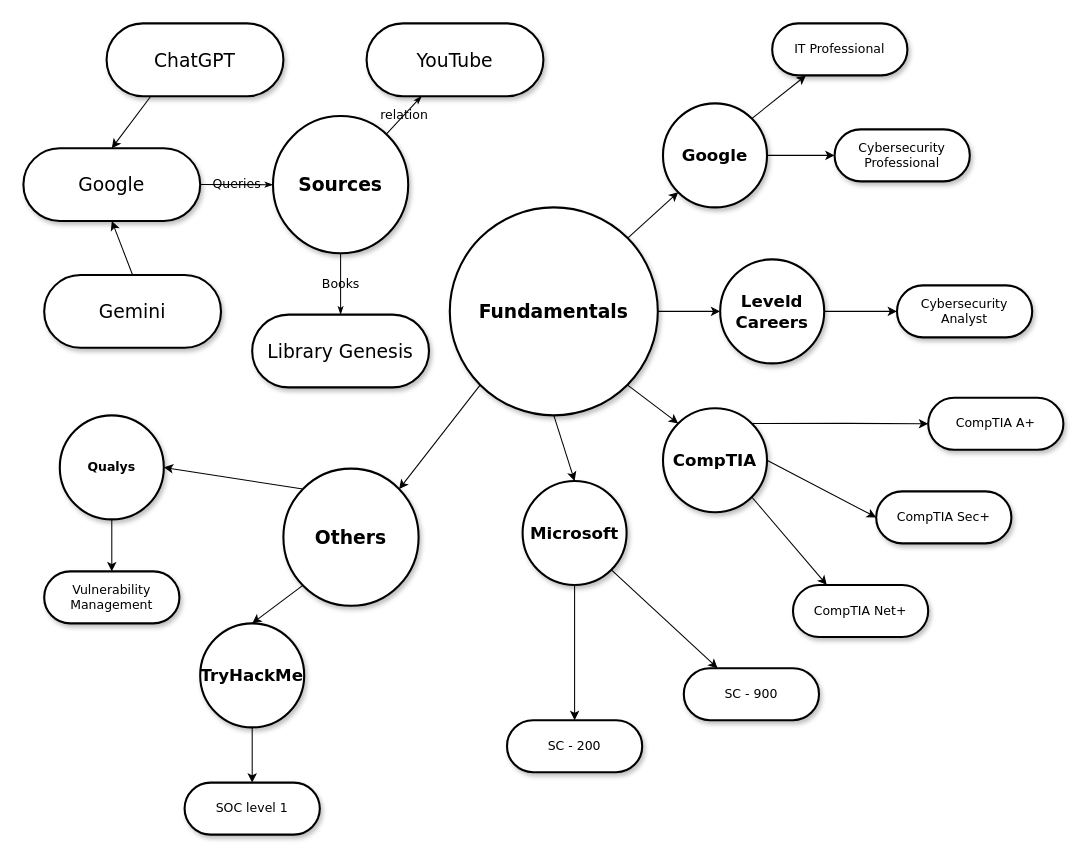
Before: Untitled Diagram.drawio in Joshua01X/Personal-Roadmap, a draw.io diagram. Source tidied: cells renumbered, new cells numbered last; positions are measured from the earlier drawing's top-left corner, leaving out a move shared by most shapes. Both pictures are drawn from the tidied source at 104%, with x=0, y=0 at pixel (23, 23).
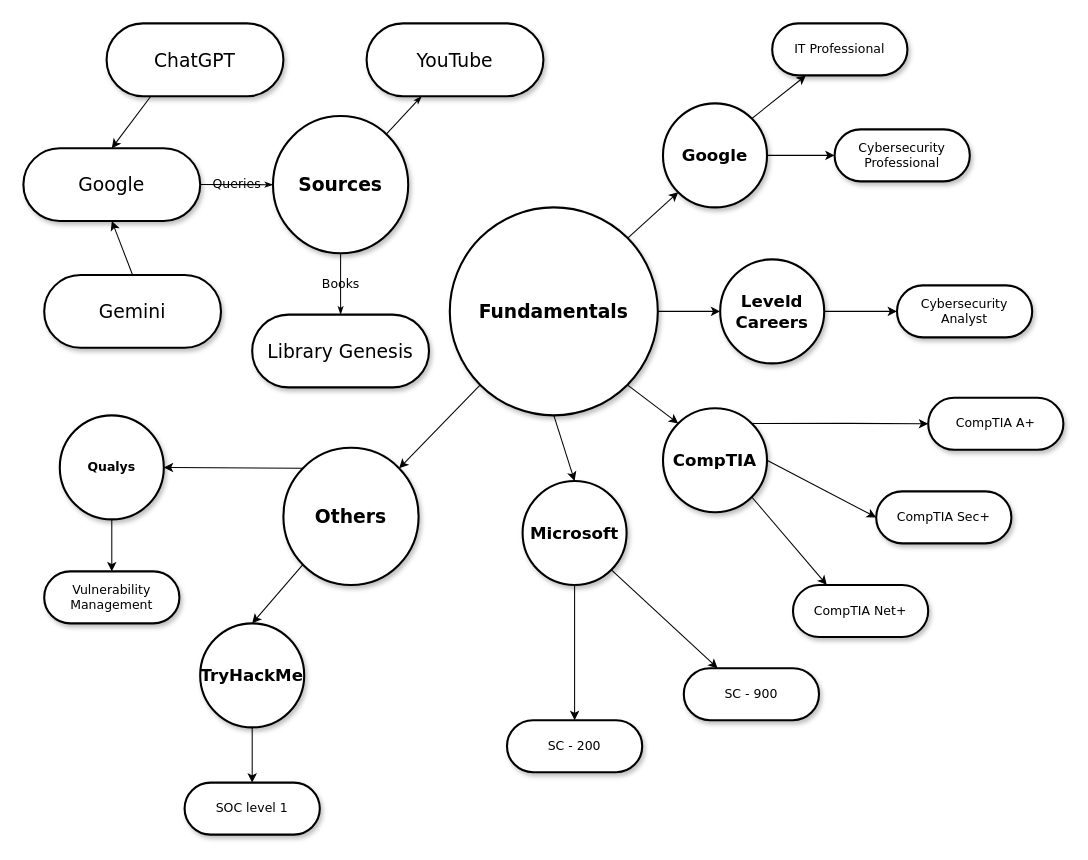
Above is the later version.

Commit message:
Personal Diagram

The change refers to these unchanged cells:
```xml
<mxCell id="3" value="&lt;b&gt;&lt;font style=&quot;font-size: 18px;&quot;&gt;Sources&lt;/font&gt;&lt;/b&gt;" style="ellipse;whiteSpace=wrap;html=1;rounded=1;shadow=1;comic=0;labelBackgroundColor=none;strokeWidth=2;fontFamily=Verdana;fontSize=12;align=center;" parent="1" vertex="1">
  <mxGeometry x="240" y="89.1" width="130" height="131.9" as="geometry" />
</mxCell>
<mxCell id="17" value="&lt;span&gt;&lt;font style=&quot;font-size: 18px;&quot;&gt;YouTube&lt;/font&gt;&lt;/span&gt;" style="whiteSpace=wrap;html=1;rounded=1;shadow=1;comic=0;labelBackgroundColor=none;strokeWidth=2;fontFamily=Verdana;fontSize=12;align=center;arcSize=50;" parent="1" vertex="1">
  <mxGeometry x="330" width="170" height="70" as="geometry" />
</mxCell>
```

Change to the diagram source:
```diff
@@
-    <mxCell id="20" value="relation" style="edgeStyle=none;rounded=1;html=1;labelBackgroundColor=none;startArrow=none;startFill=0;startSize=5;endArrow=classicThin;endFill=1;endSize=5;jettySize=auto;strokeColor=default;strokeWidth=1;fontFamily=Verdana;fontSize=12;" parent="1" edge="1" source="3" target="17">
+    <mxCell id="20" style="edgeStyle=none;rounded=1;html=1;labelBackgroundColor=none;startArrow=none;startFill=0;startSize=5;endArrow=classicThin;endFill=1;endSize=5;jettySize=auto;strokeColor=default;strokeWidth=1;fontFamily=Verdana;fontSize=12;" parent="1" edge="1" source="3" target="17">
       <mxGeometry relative="1" as="geometry" />
     </mxCell>
@@
     <mxCell id="44" value="&lt;font style=&quot;font-size: 18px;&quot;&gt;Others&lt;/font&gt;" style="ellipse;whiteSpace=wrap;html=1;rounded=1;shadow=1;comic=0;labelBackgroundColor=none;strokeWidth=2;fontFamily=Verdana;fontSize=12;align=center;fontStyle=1;" parent="1" vertex="1">
-      <mxGeometry x="250" y="428.1" width="130" height="131.9" as="geometry" />
+      <mxGeometry x="250" y="408.1" width="130" height="131.9" as="geometry" />
     </mxCell>
```
